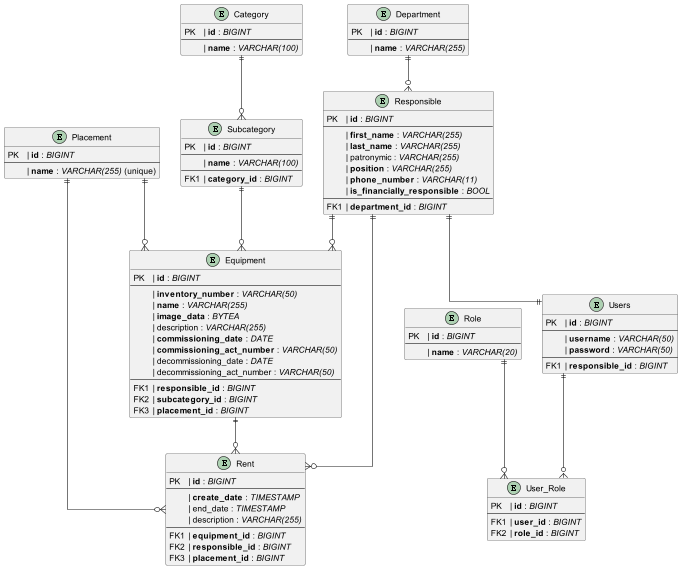
http3ac3/mtru-server keeps this PlantUML diagram as docs/er.png. Above is the earlier version.
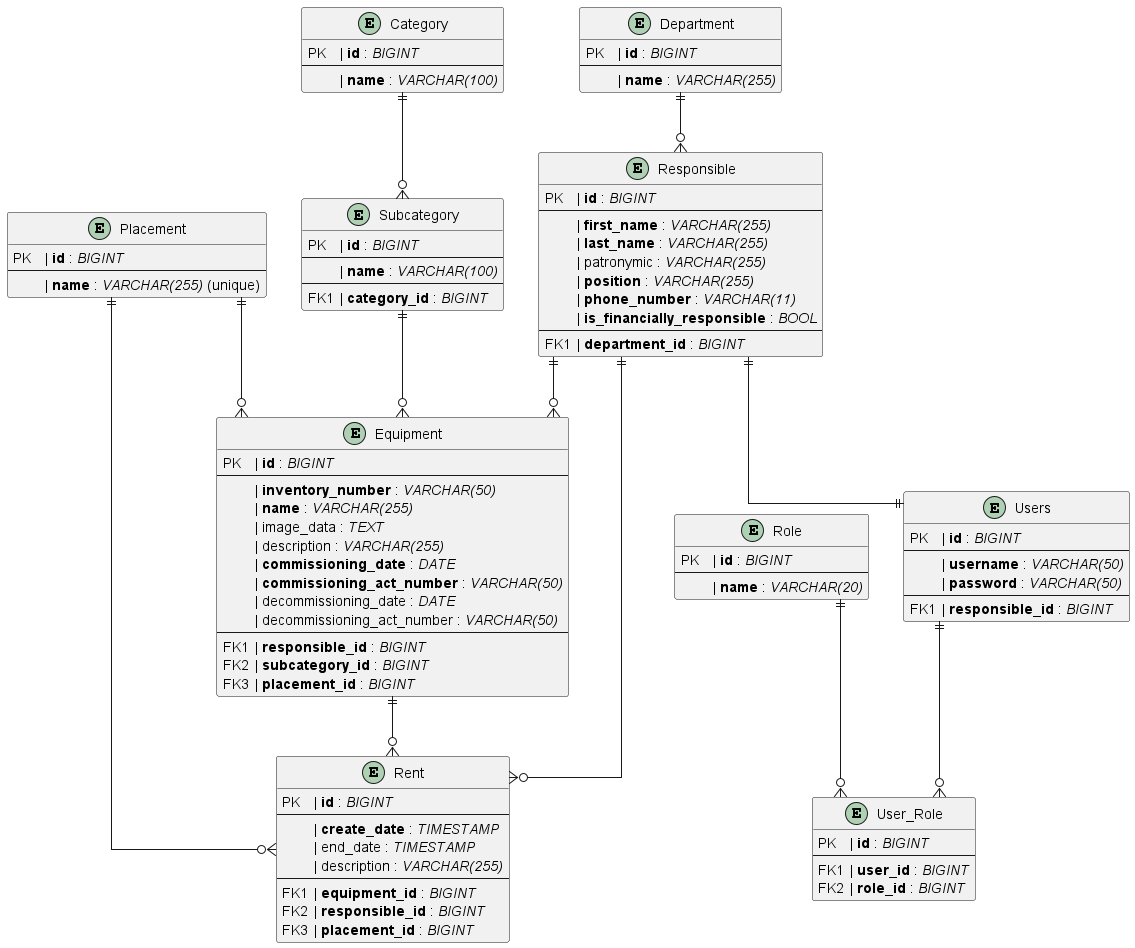
After the commit.

Change to the diagram source:
```diff
@@ -7,7 +7,7 @@
   --
     \t| **inventory_number** : //VARCHAR(50)//
     \t| **name** : //VARCHAR(255)//
-    \t| **image_data** : //BYTEA//
+    \t| image_data : //TEXT//
     \t| description : //VARCHAR(255)//
     \t| **commissioning_date** : //DATE//
     \t| **commissioning_act_number** : //VARCHAR(50)//
```
